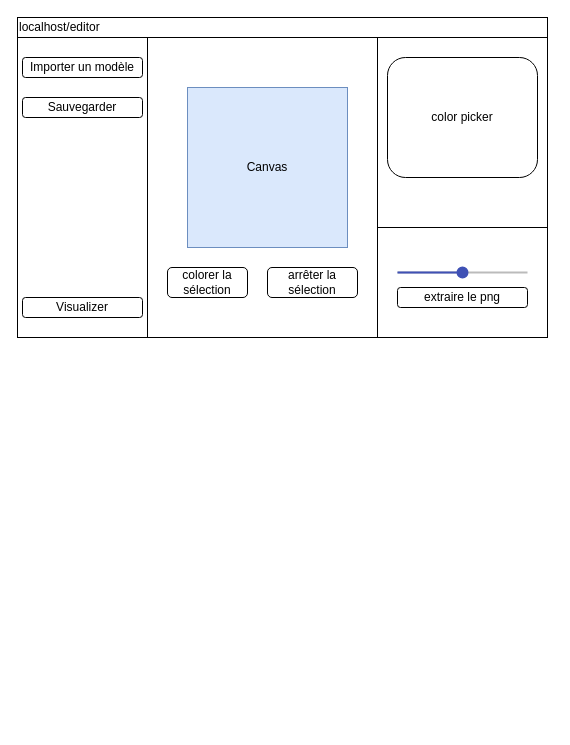
Before: Diagramme sans nom.drawio in axelvan22/embroidery, a draw.io diagram. Source tidied: cells renumbered, new cells numbered last; positions are measured from the earlier drawing's top-left corner, leaving out a move shared by most shapes. Both pictures are drawn from the tidied source at 100%, with x=0, y=0 at pixel (17, 17).
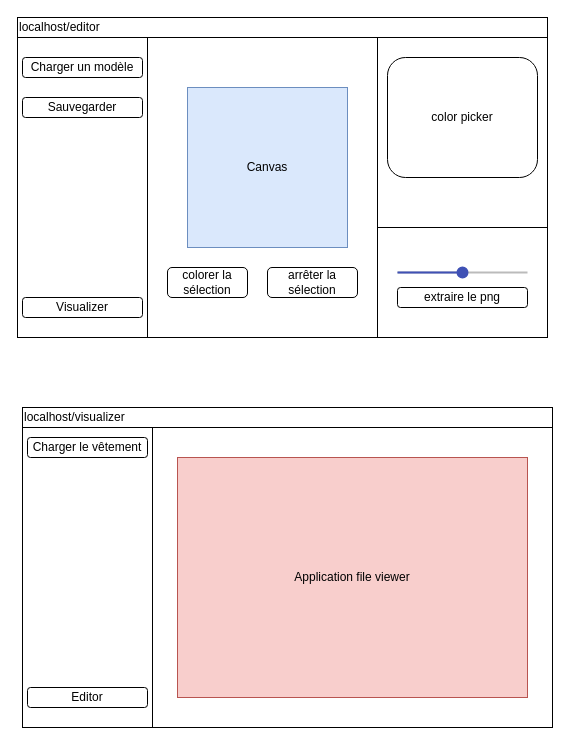
The same page after the edit.

Commit message:
add visual for visualizer

What changed in the source:
```diff
@@
-    <mxCell id="6" value="Importer un modèle" style="rounded=1;whiteSpace=wrap;html=1;" parent="1" vertex="1">
+    <mxCell id="6" value="Charger un modèle" style="rounded=1;whiteSpace=wrap;html=1;" parent="1" vertex="1">
       <mxGeometry x="5" y="40" width="120" height="20" as="geometry" />
     </mxCell>
@@
+    <mxCell id="16" style="rounded=0;whiteSpace=wrap;html=1;" parent="1" vertex="1">
+      <mxGeometry x="5" y="410" width="530" height="300" as="geometry" />
+    </mxCell>
+    <mxCell id="17" value="&lt;div align=&quot;left&quot;&gt;localhost/visualizer&lt;/div&gt;" style="rounded=0;whiteSpace=wrap;html=1;align=left;" parent="1" vertex="1">
+      <mxGeometry x="5" y="390" width="530" height="20" as="geometry" />
+    </mxCell>
+    <mxCell id="18" style="rounded=0;whiteSpace=wrap;html=1;" parent="1" vertex="1">
+      <mxGeometry x="5" y="410" width="130" height="300" as="geometry" />
+    </mxCell>
+    <mxCell id="19" value="Charger le vêtement" style="rounded=1;whiteSpace=wrap;html=1;" parent="1" vertex="1">
+      <mxGeometry x="10" y="420" width="120" height="20" as="geometry" />
+    </mxCell>
+    <mxCell id="20" value="Editor" style="rounded=1;whiteSpace=wrap;html=1;" parent="1" vertex="1">
+      <mxGeometry x="10" y="670" width="120" height="20" as="geometry" />
+    </mxCell>
+    <mxCell id="21" value="Application file viewer" style="rounded=0;whiteSpace=wrap;html=1;fillColor=#f8cecc;strokeColor=#b85450;" parent="1" vertex="1">
+      <mxGeometry x="160" y="440" width="350" height="240" as="geometry" />
+    </mxCell>
```
